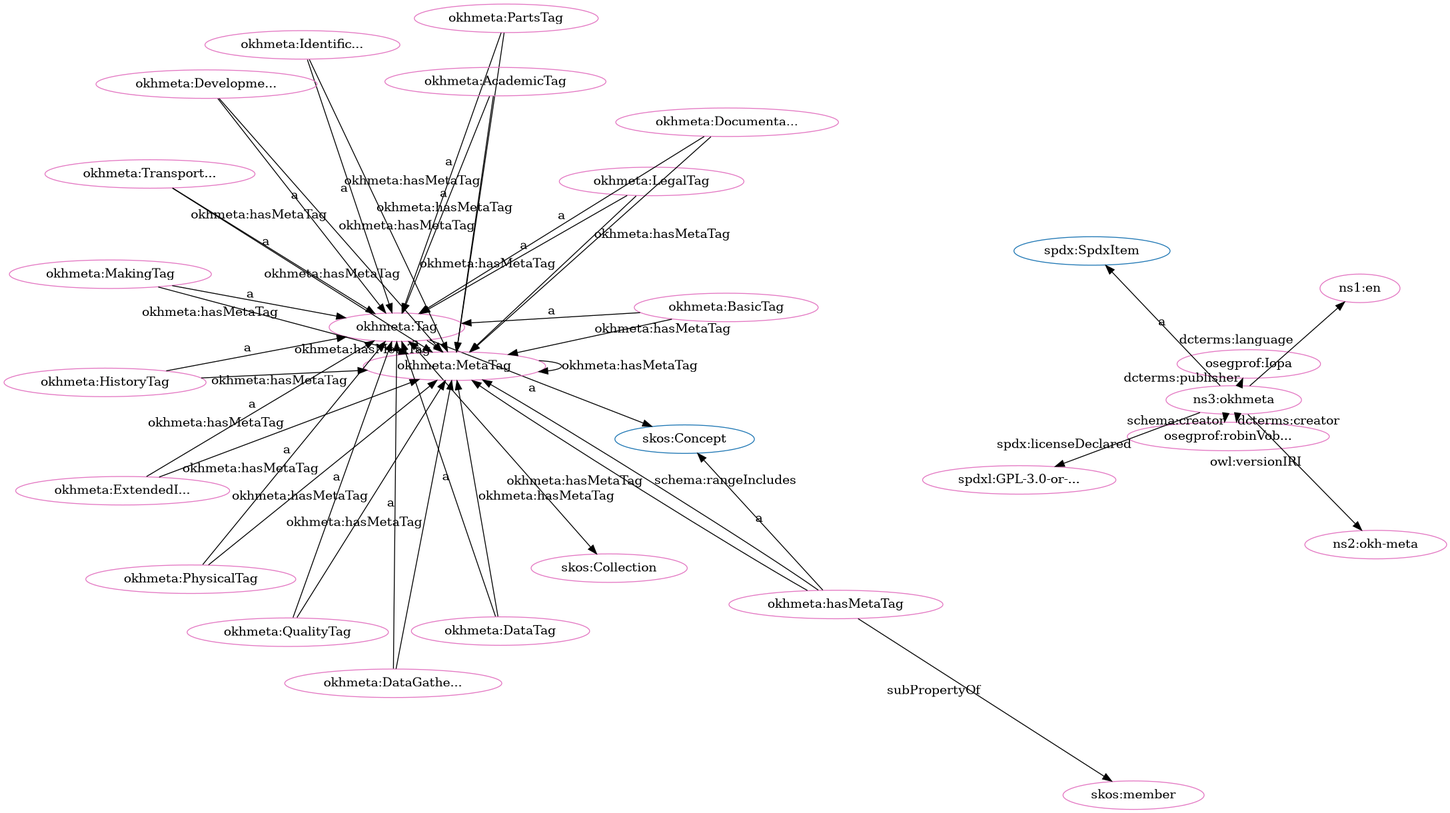
Before: src/spec/dot_okh-meta-clean.png, a diagram exported from Graphviz (iop-alliance/OpenKnowHow). Its source is kept beside it as src/spec/dot_okh-meta-clean.dot.
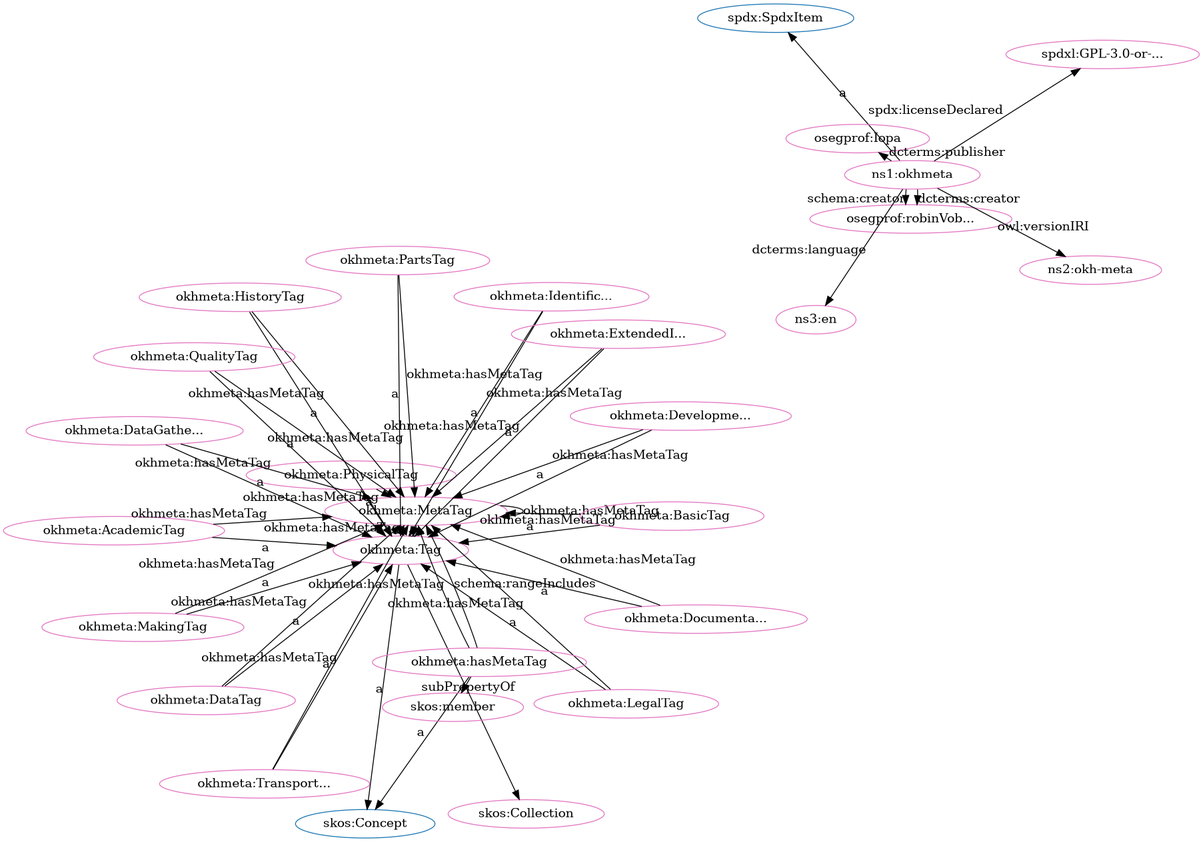
Above is the later version.

Change to the diagram source:
```diff
@@ -1,81 +1,81 @@
 digraph G {
   rankdir=BT
   node[height=.3]
-"http://www.w3.org/2004/02/skos/core#Collection" [fillcolor="#1f77b4" color="#1f77b4" label="skos:Collection"]
+"http://www.w3.org/2004/02/skos/core#Concept" [fillcolor="#1f77b4" color="#1f77b4" label="skos:Concept"]
 "http://spdx.org/rdf/terms#SpdxItem" [fillcolor="#1f77b4" color="#1f77b4" label="spdx:SpdxItem"]
 "http://w3id.org/oseg/ont/okhmeta#Tag" [fillcolor="#1f77b4" color="#1f77b4" label="okhmeta:Tag"]
-"http://www.w3.org/2004/02/skos/core#Concept" [fillcolor="#1f77b4" color="#1f77b4" label="skos:Concept"]
+"http://www.w3.org/2004/02/skos/core#Collection" [fillcolor="#1f77b4" color="#1f77b4" label="skos:Collection"]
 "http://w3id.org/oseg/ont/okhmeta#MetaTag" [fillcolor="#1f77b4" color="#1f77b4" label="okhmeta:MetaTag"]
+"http://spdx.org/licenses/GPL-3.0-or-later" [fillcolor="#e377c2" color="#e377c2" label="spdxl:GPL-3.0-or-..."]
+"http://w3id.org/oseg/ont/okhmeta#DevelopmentTag" [fillcolor="#e377c2" color="#e377c2" label="okhmeta:Developme..."]
+"http://w3id.org/oseg/ont/oseg-profiles#robinVobruba" [fillcolor="#e377c2" color="#e377c2" label="osegprof:robinVob..."]
+"http://w3id.org/oseg/ont/okhmeta#MetaTag" [fillcolor="#e377c2" color="#e377c2" label="okhmeta:MetaTag"]
+"http://w3id.org/oseg/ont/okhmeta" [fillcolor="#e377c2" color="#e377c2" label="ns1:okhmeta"]
+"http://w3id.org/oseg/ont/okhmeta#PhysicalTag" [fillcolor="#e377c2" color="#e377c2" label="okhmeta:PhysicalTag"]
+"http://w3id.org/oseg/ont/okhmeta#MakingTag" [fillcolor="#e377c2" color="#e377c2" label="okhmeta:MakingTag"]
+"http://w3id.org/oseg/ont/okhmeta#PartsTag" [fillcolor="#e377c2" color="#e377c2" label="okhmeta:PartsTag"]
+"http://w3id.org/oseg/ont/okhmeta#TransportationTag" [fillcolor="#e377c2" color="#e377c2" label="okhmeta:Transport..."]
+"http://w3id.org/oseg/ont/okhmeta#Tag" [fillcolor="#e377c2" color="#e377c2" label="okhmeta:Tag"]
+"http://w3id.org/oseg/ont/okhmeta#LegalTag" [fillcolor="#e377c2" color="#e377c2" label="okhmeta:LegalTag"]
+"http://w3id.org/oseg/ont/okhmeta#hasMetaTag" [fillcolor="#e377c2" color="#e377c2" label="okhmeta:hasMetaTag"]
+"http://w3id.org/oseg/ont/okhmeta#AcademicTag" [fillcolor="#e377c2" color="#e377c2" label="okhmeta:AcademicTag"]
+"http://w3id.org/oseg/ont/okhmeta#BasicTag" [fillcolor="#e377c2" color="#e377c2" label="okhmeta:BasicTag"]
+"http://w3id.org/oseg/ont/okhmeta#IdentificationTag" [fillcolor="#e377c2" color="#e377c2" label="okhmeta:Identific..."]
+"http://w3id.org/oseg/ont/okhmeta#ExtendedInfoTag" [fillcolor="#e377c2" color="#e377c2" label="okhmeta:ExtendedI..."]
 "http://www.w3.org/2004/02/skos/core#member" [fillcolor="#e377c2" color="#e377c2" label="skos:member"]
-"http://w3id.org/oseg/ont/okhmeta#MetaTag" [fillcolor="#e377c2" color="#e377c2" label="okhmeta:MetaTag"]
-"http://id.loc.gov/vocabulary/iso639-1/en" [fillcolor="#e377c2" color="#e377c2" label="ns1:en"]
-"http://w3id.org/oseg/ont/oseg-profiles#robinVobruba" [fillcolor="#e377c2" color="#e377c2" label="osegprof:robinVob..."]
+"http://w3id.org/oseg/ont/okhmeta#DocumentationTag" [fillcolor="#e377c2" color="#e377c2" label="okhmeta:Documenta..."]
+"http://w3id.org/oseg/ont/okhmeta#DataGatheringTag" [fillcolor="#e377c2" color="#e377c2" label="okhmeta:DataGathe..."]
+"http://w3id.org/oseg/ont/1.1.0/okh-meta" [fillcolor="#e377c2" color="#e377c2" label="ns2:okh-meta"]
 "http://w3id.org/oseg/ont/okhmeta#HistoryTag" [fillcolor="#e377c2" color="#e377c2" label="okhmeta:HistoryTag"]
+"http://w3id.org/oseg/ont/oseg-profiles#Iopa" [fillcolor="#e377c2" color="#e377c2" label="osegprof:Iopa"]
+"http://id.loc.gov/vocabulary/iso639-1/en" [fillcolor="#e377c2" color="#e377c2" label="ns3:en"]
+"http://w3id.org/oseg/ont/okhmeta#QualityTag" [fillcolor="#e377c2" color="#e377c2" label="okhmeta:QualityTag"]
 "http://www.w3.org/2004/02/skos/core#Collection" [fillcolor="#e377c2" color="#e377c2" label="skos:Collection"]
-"http://w3id.org/oseg/ont/okhmeta#PhysicalTag" [fillcolor="#e377c2" color="#e377c2" label="okhmeta:PhysicalTag"]
-"http://w3id.org/oseg/ont/okhmeta#LegalTag" [fillcolor="#e377c2" color="#e377c2" label="okhmeta:LegalTag"]
-"http://w3id.org/oseg/ont/okhmeta#ExtendedInfoTag" [fillcolor="#e377c2" color="#e377c2" label="okhmeta:ExtendedI..."]
-"http://w3id.org/oseg/ont/okhmeta#BasicTag" [fillcolor="#e377c2" color="#e377c2" label="okhmeta:BasicTag"]
-"http://w3id.org/oseg/ont/okhmeta#QualityTag" [fillcolor="#e377c2" color="#e377c2" label="okhmeta:QualityTag"]
-"http://w3id.org/oseg/ont/okhmeta#PartsTag" [fillcolor="#e377c2" color="#e377c2" label="okhmeta:PartsTag"]
-"http://w3id.org/oseg/ont/oseg-profiles#Iopa" [fillcolor="#e377c2" color="#e377c2" label="osegprof:Iopa"]
-"http://w3id.org/oseg/ont/okhmeta#hasMetaTag" [fillcolor="#e377c2" color="#e377c2" label="okhmeta:hasMetaTag"]
-"http://w3id.org/oseg/ont/okhmeta#IdentificationTag" [fillcolor="#e377c2" color="#e377c2" label="okhmeta:Identific..."]
-"http://w3id.org/oseg/ont/1.1.0/okh-meta" [fillcolor="#e377c2" color="#e377c2" label="ns2:okh-meta"]
-"http://w3id.org/oseg/ont/okhmeta" [fillcolor="#e377c2" color="#e377c2" label="ns3:okhmeta"]
-"http://w3id.org/oseg/ont/okhmeta#TransportationTag" [fillcolor="#e377c2" color="#e377c2" label="okhmeta:Transport..."]
-"http://w3id.org/oseg/ont/okhmeta#DataGatheringTag" [fillcolor="#e377c2" color="#e377c2" label="okhmeta:DataGathe..."]
-"http://w3id.org/oseg/ont/okhmeta#DevelopmentTag" [fillcolor="#e377c2" color="#e377c2" label="okhmeta:Developme..."]
-"http://w3id.org/oseg/ont/okhmeta#AcademicTag" [fillcolor="#e377c2" color="#e377c2" label="okhmeta:AcademicTag"]
 "http://w3id.org/oseg/ont/okhmeta#DataTag" [fillcolor="#e377c2" color="#e377c2" label="okhmeta:DataTag"]
-"http://w3id.org/oseg/ont/okhmeta#DocumentationTag" [fillcolor="#e377c2" color="#e377c2" label="okhmeta:Documenta..."]
-"http://w3id.org/oseg/ont/okhmeta#MakingTag" [fillcolor="#e377c2" color="#e377c2" label="okhmeta:MakingTag"]
-"http://spdx.org/licenses/GPL-3.0-or-later" [fillcolor="#e377c2" color="#e377c2" label="spdxl:GPL-3.0-or-..."]
-"http://w3id.org/oseg/ont/okhmeta#Tag" [fillcolor="#e377c2" color="#e377c2" label="okhmeta:Tag"]
+  "http://w3id.org/oseg/ont/okhmeta#TransportationTag" -> "http://w3id.org/oseg/ont/okhmeta#MetaTag" [label="okhmeta:hasMetaTag"]
+  "http://w3id.org/oseg/ont/okhmeta#hasMetaTag" -> "http://w3id.org/oseg/ont/okhmeta#MetaTag" [label="okhmeta:hasMetaTag"]
+  "http://w3id.org/oseg/ont/okhmeta#hasMetaTag" -> "http://w3id.org/oseg/ont/okhmeta#MetaTag" [label="schema:rangeIncludes"]
+  "http://w3id.org/oseg/ont/okhmeta#LegalTag" -> "http://w3id.org/oseg/ont/okhmeta#MetaTag" [label="okhmeta:hasMetaTag"]
+  "http://w3id.org/oseg/ont/okhmeta" -> "http://w3id.org/oseg/ont/oseg-profiles#robinVobruba" [label="dcterms:creator"]
+  "http://w3id.org/oseg/ont/okhmeta#MakingTag" -> "http://w3id.org/oseg/ont/okhmeta#Tag" [label="a"]
+  "http://w3id.org/oseg/ont/okhmeta#DevelopmentTag" -> "http://w3id.org/oseg/ont/okhmeta#MetaTag" [label="okhmeta:hasMetaTag"]
+  "http://w3id.org/oseg/ont/okhmeta#DataTag" -> "http://w3id.org/oseg/ont/okhmeta#MetaTag" [label="okhmeta:hasMetaTag"]
+  "http://w3id.org/oseg/ont/okhmeta#PartsTag" -> "http://w3id.org/oseg/ont/okhmeta#Tag" [label="a"]
+  "http://w3id.org/oseg/ont/okhmeta#TransportationTag" -> "http://w3id.org/oseg/ont/okhmeta#Tag" [label="a"]
+  "http://w3id.org/oseg/ont/okhmeta#Tag" -> "http://www.w3.org/2004/02/skos/core#Concept" [label="a"]
+  "http://w3id.org/oseg/ont/okhmeta#BasicTag" -> "http://w3id.org/oseg/ont/okhmeta#MetaTag" [label="okhmeta:hasMetaTag"]
+  "http://w3id.org/oseg/ont/okhmeta#IdentificationTag" -> "http://w3id.org/oseg/ont/okhmeta#MetaTag" [label="okhmeta:hasMetaTag"]
+  "http://w3id.org/oseg/ont/okhmeta#Tag" -> "http://w3id.org/oseg/ont/okhmeta#MetaTag" [label="okhmeta:hasMetaTag"]
+  "http://w3id.org/oseg/ont/okhmeta#LegalTag" -> "http://w3id.org/oseg/ont/okhmeta#Tag" [label="a"]
+  "http://w3id.org/oseg/ont/okhmeta#AcademicTag" -> "http://w3id.org/oseg/ont/okhmeta#Tag" [label="a"]
+  "http://w3id.org/oseg/ont/okhmeta#BasicTag" -> "http://w3id.org/oseg/ont/okhmeta#Tag" [label="a"]
+  "http://w3id.org/oseg/ont/okhmeta#IdentificationTag" -> "http://w3id.org/oseg/ont/okhmeta#Tag" [label="a"]
+  "http://w3id.org/oseg/ont/okhmeta#PartsTag" -> "http://w3id.org/oseg/ont/okhmeta#MetaTag" [label="okhmeta:hasMetaTag"]
+  "http://w3id.org/oseg/ont/okhmeta#QualityTag" -> "http://w3id.org/oseg/ont/okhmeta#MetaTag" [label="okhmeta:hasMetaTag"]
+  "http://w3id.org/oseg/ont/okhmeta#ExtendedInfoTag" -> "http://w3id.org/oseg/ont/okhmeta#Tag" [label="a"]
   "http://w3id.org/oseg/ont/okhmeta#hasMetaTag" -> "http://www.w3.org/2004/02/skos/core#member" [label="subPropertyOf"]
+  "http://w3id.org/oseg/ont/okhmeta#MetaTag" -> "http://w3id.org/oseg/ont/okhmeta#Tag" [label="a"]
+  "http://w3id.org/oseg/ont/okhmeta#AcademicTag" -> "http://w3id.org/oseg/ont/okhmeta#MetaTag" [label="okhmeta:hasMetaTag"]
+  "http://w3id.org/oseg/ont/okhmeta" -> "http://id.loc.gov/vocabulary/iso639-1/en" [label="dcterms:language"]
+  "http://w3id.org/oseg/ont/okhmeta#QualityTag" -> "http://w3id.org/oseg/ont/okhmeta#Tag" [label="a"]
+  "http://w3id.org/oseg/ont/okhmeta#Tag" -> "http://www.w3.org/2004/02/skos/core#Collection" [label=""]
+  "http://w3id.org/oseg/ont/okhmeta#PhysicalTag" -> "http://w3id.org/oseg/ont/okhmeta#MetaTag" [label="okhmeta:hasMetaTag"]
+  "http://w3id.org/oseg/ont/okhmeta" -> "http://spdx.org/licenses/GPL-3.0-or-later" [label="spdx:licenseDeclared"]
+  "http://w3id.org/oseg/ont/okhmeta#DevelopmentTag" -> "http://w3id.org/oseg/ont/okhmeta#Tag" [label="a"]
+  "http://w3id.org/oseg/ont/okhmeta" -> "http://w3id.org/oseg/ont/oseg-profiles#robinVobruba" [label="schema:creator"]
+  "http://w3id.org/oseg/ont/okhmeta#ExtendedInfoTag" -> "http://w3id.org/oseg/ont/okhmeta#MetaTag" [label="okhmeta:hasMetaTag"]
+  "http://w3id.org/oseg/ont/okhmeta#MetaTag" -> "http://w3id.org/oseg/ont/okhmeta#MetaTag" [label="okhmeta:hasMetaTag"]
+  "http://w3id.org/oseg/ont/okhmeta" -> "http://spdx.org/rdf/terms#SpdxItem" [label="a"]
+  "http://w3id.org/oseg/ont/okhmeta#PhysicalTag" -> "http://w3id.org/oseg/ont/okhmeta#Tag" [label="a"]
   "http://w3id.org/oseg/ont/okhmeta#MakingTag" -> "http://w3id.org/oseg/ont/okhmeta#MetaTag" [label="okhmeta:hasMetaTag"]
-  "http://w3id.org/oseg/ont/okhmeta" -> "http://id.loc.gov/vocabulary/iso639-1/en" [label="dcterms:language"]
-  "http://w3id.org/oseg/ont/okhmeta#hasMetaTag" -> "http://w3id.org/oseg/ont/okhmeta#MetaTag" [label="okhmeta:hasMetaTag"]
-  "http://w3id.org/oseg/ont/okhmeta#Tag" -> "http://w3id.org/oseg/ont/okhmeta#MetaTag" [label="okhmeta:hasMetaTag"]
+  "http://w3id.org/oseg/ont/okhmeta#DocumentationTag" -> "http://w3id.org/oseg/ont/okhmeta#MetaTag" [label="okhmeta:hasMetaTag"]
+  "http://w3id.org/oseg/ont/okhmeta#DataGatheringTag" -> "http://w3id.org/oseg/ont/okhmeta#MetaTag" [label="okhmeta:hasMetaTag"]
+  "http://w3id.org/oseg/ont/okhmeta#HistoryTag" -> "http://w3id.org/oseg/ont/okhmeta#MetaTag" [label="okhmeta:hasMetaTag"]
+  "http://w3id.org/oseg/ont/okhmeta#DocumentationTag" -> "http://w3id.org/oseg/ont/okhmeta#Tag" [label="a"]
+  "http://w3id.org/oseg/ont/okhmeta#DataGatheringTag" -> "http://w3id.org/oseg/ont/okhmeta#Tag" [label="a"]
+  "http://w3id.org/oseg/ont/okhmeta" -> "http://w3id.org/oseg/ont/1.1.0/okh-meta" [label="owl:versionIRI"]
   "http://w3id.org/oseg/ont/okhmeta#HistoryTag" -> "http://w3id.org/oseg/ont/okhmeta#Tag" [label="a"]
-  "http://w3id.org/oseg/ont/okhmeta#TransportationTag" -> "http://w3id.org/oseg/ont/okhmeta#MetaTag" [label="okhmeta:hasMetaTag"]
-  "http://w3id.org/oseg/ont/okhmeta#PhysicalTag" -> "http://w3id.org/oseg/ont/okhmeta#Tag" [label="a"]
-  "http://w3id.org/oseg/ont/okhmeta#DataGatheringTag" -> "http://w3id.org/oseg/ont/okhmeta#MetaTag" [label="okhmeta:hasMetaTag"]
-  "http://w3id.org/oseg/ont/okhmeta#ExtendedInfoTag" -> "http://w3id.org/oseg/ont/okhmeta#MetaTag" [label="okhmeta:hasMetaTag"]
-  "http://w3id.org/oseg/ont/okhmeta#BasicTag" -> "http://w3id.org/oseg/ont/okhmeta#Tag" [label="a"]
-  "http://w3id.org/oseg/ont/okhmeta#PartsTag" -> "http://w3id.org/oseg/ont/okhmeta#Tag" [label="a"]
-  "http://w3id.org/oseg/ont/okhmeta#MetaTag" -> "http://w3id.org/oseg/ont/okhmeta#Tag" [label="a"]
+  "http://w3id.org/oseg/ont/okhmeta" -> "http://w3id.org/oseg/ont/oseg-profiles#Iopa" [label="dcterms:publisher"]
+  "http://w3id.org/oseg/ont/okhmeta#DataTag" -> "http://w3id.org/oseg/ont/okhmeta#Tag" [label="a"]
   "http://w3id.org/oseg/ont/okhmeta#hasMetaTag" -> "http://www.w3.org/2004/02/skos/core#Concept" [label="a"]
-  "http://w3id.org/oseg/ont/okhmeta#IdentificationTag" -> "http://w3id.org/oseg/ont/okhmeta#Tag" [label="a"]
-  "http://w3id.org/oseg/ont/okhmeta#QualityTag" -> "http://w3id.org/oseg/ont/okhmeta#MetaTag" [label="okhmeta:hasMetaTag"]
-  "http://w3id.org/oseg/ont/okhmeta#TransportationTag" -> "http://w3id.org/oseg/ont/okhmeta#Tag" [label="a"]
-  "http://w3id.org/oseg/ont/okhmeta#DataGatheringTag" -> "http://w3id.org/oseg/ont/okhmeta#Tag" [label="a"]
-  "http://w3id.org/oseg/ont/okhmeta#DevelopmentTag" -> "http://w3id.org/oseg/ont/okhmeta#Tag" [label="a"]
-  "http://w3id.org/oseg/ont/okhmeta#AcademicTag" -> "http://w3id.org/oseg/ont/okhmeta#MetaTag" [label="okhmeta:hasMetaTag"]
-  "http://w3id.org/oseg/ont/okhmeta" -> "http://spdx.org/rdf/terms#SpdxItem" [label="a"]
-  "http://w3id.org/oseg/ont/okhmeta#DataTag" -> "http://w3id.org/oseg/ont/okhmeta#Tag" [label="a"]
-  "http://w3id.org/oseg/ont/okhmeta#DocumentationTag" -> "http://w3id.org/oseg/ont/okhmeta#Tag" [label="a"]
-  "http://w3id.org/oseg/ont/okhmeta#MakingTag" -> "http://w3id.org/oseg/ont/okhmeta#Tag" [label="a"]
-  "http://w3id.org/oseg/ont/okhmeta" -> "http://spdx.org/licenses/GPL-3.0-or-later" [label="spdx:licenseDeclared"]
-  "http://w3id.org/oseg/ont/okhmeta#MetaTag" -> "http://w3id.org/oseg/ont/okhmeta#MetaTag" [label="okhmeta:hasMetaTag"]
-  "http://w3id.org/oseg/ont/okhmeta#Tag" -> "http://www.w3.org/2004/02/skos/core#Concept" [label="a"]
-  "http://w3id.org/oseg/ont/okhmeta#IdentificationTag" -> "http://w3id.org/oseg/ont/okhmeta#MetaTag" [label="okhmeta:hasMetaTag"]
-  "http://w3id.org/oseg/ont/okhmeta" -> "http://w3id.org/oseg/ont/oseg-profiles#robinVobruba" [label="dcterms:creator"]
-  "http://w3id.org/oseg/ont/okhmeta#LegalTag" -> "http://w3id.org/oseg/ont/okhmeta#Tag" [label="a"]
-  "http://w3id.org/oseg/ont/okhmeta#ExtendedInfoTag" -> "http://w3id.org/oseg/ont/okhmeta#Tag" [label="a"]
-  "http://w3id.org/oseg/ont/okhmeta#QualityTag" -> "http://w3id.org/oseg/ont/okhmeta#Tag" [label="a"]
-  "http://w3id.org/oseg/ont/okhmeta#DataTag" -> "http://w3id.org/oseg/ont/okhmeta#MetaTag" [label="okhmeta:hasMetaTag"]
-  "http://w3id.org/oseg/ont/okhmeta" -> "http://w3id.org/oseg/ont/oseg-profiles#Iopa" [label="dcterms:publisher"]
-  "http://w3id.org/oseg/ont/okhmeta" -> "http://w3id.org/oseg/ont/1.1.0/okh-meta" [label="owl:versionIRI"]
-  "http://w3id.org/oseg/ont/okhmeta#PartsTag" -> "http://w3id.org/oseg/ont/okhmeta#MetaTag" [label="okhmeta:hasMetaTag"]
-  "http://w3id.org/oseg/ont/okhmeta#hasMetaTag" -> "http://w3id.org/oseg/ont/okhmeta#MetaTag" [label="schema:rangeIncludes"]
-  "http://w3id.org/oseg/ont/okhmeta#DevelopmentTag" -> "http://w3id.org/oseg/ont/okhmeta#MetaTag" [label="okhmeta:hasMetaTag"]
-  "http://w3id.org/oseg/ont/okhmeta#AcademicTag" -> "http://w3id.org/oseg/ont/okhmeta#Tag" [label="a"]
-  "http://w3id.org/oseg/ont/okhmeta#HistoryTag" -> "http://w3id.org/oseg/ont/okhmeta#MetaTag" [label="okhmeta:hasMetaTag"]
-  "http://w3id.org/oseg/ont/okhmeta#PhysicalTag" -> "http://w3id.org/oseg/ont/okhmeta#MetaTag" [label="okhmeta:hasMetaTag"]
-  "http://w3id.org/oseg/ont/okhmeta#LegalTag" -> "http://w3id.org/oseg/ont/okhmeta#MetaTag" [label="okhmeta:hasMetaTag"]
-  "http://w3id.org/oseg/ont/okhmeta" -> "http://w3id.org/oseg/ont/oseg-profiles#robinVobruba" [label="schema:creator"]
-  "http://w3id.org/oseg/ont/okhmeta#DocumentationTag" -> "http://w3id.org/oseg/ont/okhmeta#MetaTag" [label="okhmeta:hasMetaTag"]
-  "http://w3id.org/oseg/ont/okhmeta#BasicTag" -> "http://w3id.org/oseg/ont/okhmeta#MetaTag" [label="okhmeta:hasMetaTag"]
-  "http://w3id.org/oseg/ont/okhmeta#Tag" -> "http://www.w3.org/2004/02/skos/core#Collection" [label=""]
 }
```
